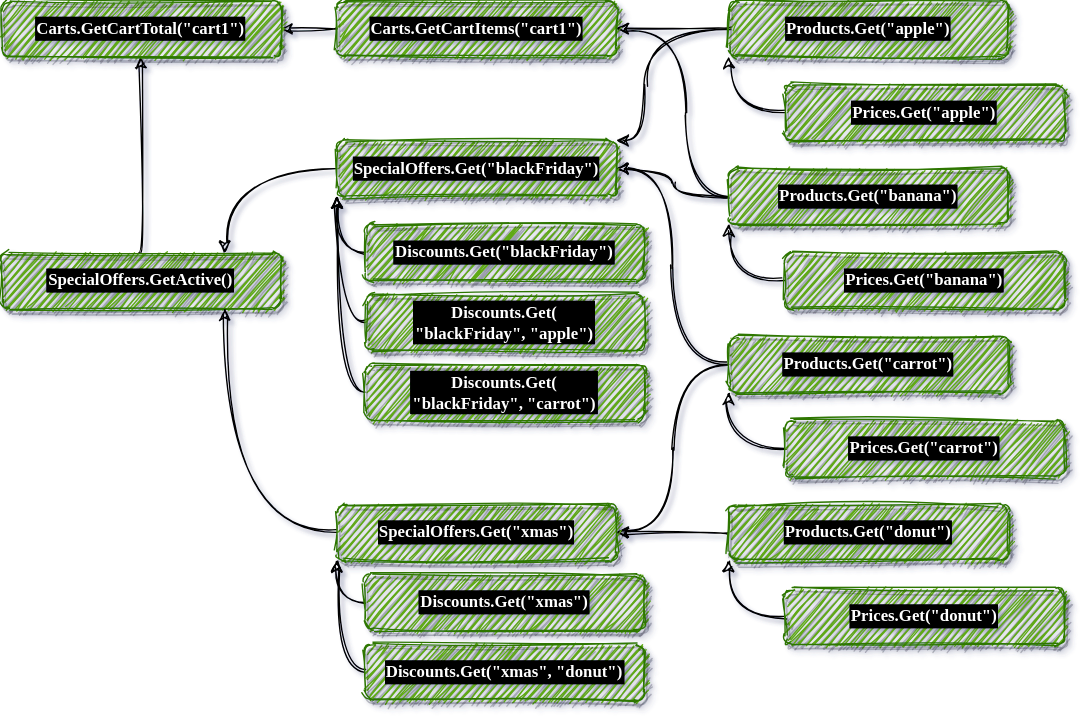
Above: Slides/Fusion_v2/diagrams/invalidation/1.dio.svg in alexyakunin/Stl.Fusion.Materials (draw.io), before the change. Source tidied: cells renumbered, new cells last; positions are measured from the earlier drawing's top-left corner, leaving out a move shared by most shapes. The source it was exported from:
```xml
<mxGraphModel shadow="1">
  <root>
    <mxCell id="0" />
    <mxCell id="1" parent="0" />
    <mxCell id="2" style="edgeStyle=orthogonalEdgeStyle;orthogonalLoop=1;jettySize=auto;html=1;exitX=0;exitY=0.5;exitDx=0;exitDy=0;entryX=1;entryY=0.5;entryDx=0;entryDy=0;sketch=1;curved=1;" parent="1" edge="1">
      <mxGeometry relative="1" as="geometry">
        <mxPoint x="240" y="20" as="sourcePoint" />
        <mxPoint x="200" y="20" as="targetPoint" />
      </mxGeometry>
    </mxCell>
    <mxCell id="3" style="edgeStyle=orthogonalEdgeStyle;jettySize=auto;html=1;exitX=0;exitY=0.5;exitDx=0;exitDy=0;sketch=1;curved=1;" parent="1" edge="1" source="5">
      <mxGeometry relative="1" as="geometry">
        <mxPoint x="440" y="20" as="targetPoint" />
      </mxGeometry>
    </mxCell>
    <mxCell id="4" style="edgeStyle=orthogonalEdgeStyle;curved=1;rounded=0;sketch=1;jettySize=auto;html=1;exitX=0;exitY=0.5;exitDx=0;exitDy=0;entryX=1;entryY=0;entryDx=0;entryDy=0;" parent="1" edge="1" source="5" target="18">
      <mxGeometry relative="1" as="geometry">
        <Array as="points">
          <mxPoint x="460" y="20" />
          <mxPoint x="460" y="100" />
        </Array>
      </mxGeometry>
    </mxCell>
    <mxCell id="5" value="Products.Get(&quot;apple&quot;)" style="whiteSpace=wrap;html=1;fillColor=#60a917;strokeColor=#2D7600;fontColor=#ffffff;fontFamily=Comic Sans MS;fontStyle=1;labelBackgroundColor=#000000;labelBorderColor=#000000;strokeWidth=1;perimeterSpacing=0;shadow=1;glass=0;sketch=1;rounded=1;" parent="1" vertex="1">
      <mxGeometry x="520" width="200" height="40" as="geometry" />
    </mxCell>
    <mxCell id="6" style="edgeStyle=orthogonalEdgeStyle;curved=1;rounded=0;sketch=1;jettySize=auto;html=1;exitX=0.5;exitY=0;exitDx=0;exitDy=0;entryX=0.5;entryY=1;entryDx=0;entryDy=0;" parent="1" edge="1" source="7">
      <mxGeometry relative="1" as="geometry">
        <mxPoint x="100" y="40" as="targetPoint" />
      </mxGeometry>
    </mxCell>
    <mxCell id="7" value="SpecialOffers.GetActive()" style="whiteSpace=wrap;html=1;fillColor=#60a917;strokeColor=#2D7600;fontColor=#ffffff;fontFamily=Comic Sans MS;fontStyle=1;labelBackgroundColor=#000000;labelBorderColor=#000000;strokeWidth=1;perimeterSpacing=0;shadow=1;glass=0;sketch=1;rounded=1;" parent="1" vertex="1">
      <mxGeometry y="180" width="200" height="40" as="geometry" />
    </mxCell>
    <mxCell id="8" style="edgeStyle=orthogonalEdgeStyle;jettySize=auto;html=1;exitX=0;exitY=0.5;exitDx=0;exitDy=0;sketch=1;curved=1;" parent="1" edge="1" source="19" target="7">
      <mxGeometry relative="1" as="geometry">
        <Array as="points">
          <mxPoint x="160" y="380" />
        </Array>
      </mxGeometry>
    </mxCell>
    <mxCell id="9" style="edgeStyle=orthogonalEdgeStyle;jettySize=auto;html=1;exitX=0;exitY=0.5;exitDx=0;exitDy=0;entryX=1;entryY=0.5;entryDx=0;entryDy=0;sketch=1;curved=1;" parent="1" edge="1" source="11" target="18">
      <mxGeometry relative="1" as="geometry" />
    </mxCell>
    <mxCell id="10" style="edgeStyle=orthogonalEdgeStyle;jettySize=auto;html=1;exitX=0;exitY=0.5;exitDx=0;exitDy=0;entryX=1;entryY=0.5;entryDx=0;entryDy=0;sketch=1;curved=1;" parent="1" edge="1" source="11">
      <mxGeometry relative="1" as="geometry">
        <mxPoint x="440" y="20" as="targetPoint" />
        <Array as="points">
          <mxPoint x="490" y="140" />
          <mxPoint x="490" y="20" />
        </Array>
      </mxGeometry>
    </mxCell>
    <mxCell id="11" value="Products.Get(&quot;banana&quot;)" style="whiteSpace=wrap;html=1;fontFamily=Comic Sans MS;fontStyle=1;labelBackgroundColor=#000000;labelBorderColor=#000000;strokeWidth=1;perimeterSpacing=0;shadow=1;glass=0;sketch=1;rounded=1;fillColor=#60a917;strokeColor=#2D7600;fontColor=#ffffff;" parent="1" vertex="1">
      <mxGeometry x="520" y="120" width="200" height="40" as="geometry" />
    </mxCell>
    <mxCell id="12" style="edgeStyle=orthogonalEdgeStyle;jettySize=auto;html=1;exitX=0;exitY=0.5;exitDx=0;exitDy=0;entryX=1;entryY=0.5;entryDx=0;entryDy=0;sketch=1;curved=1;" parent="1" edge="1" source="14" target="18">
      <mxGeometry relative="1" as="geometry" />
    </mxCell>
    <mxCell id="13" style="edgeStyle=orthogonalEdgeStyle;jettySize=auto;html=1;exitX=0;exitY=0.5;exitDx=0;exitDy=0;entryX=1;entryY=0.5;entryDx=0;entryDy=0;sketch=1;curved=1;" parent="1" edge="1" source="14" target="19">
      <mxGeometry relative="1" as="geometry" />
    </mxCell>
    <mxCell id="14" value="Products.Get(&quot;carrot&quot;)" style="whiteSpace=wrap;html=1;fillColor=#60a917;strokeColor=#2D7600;fontColor=#ffffff;fontFamily=Comic Sans MS;fontStyle=1;labelBackgroundColor=#000000;labelBorderColor=#000000;strokeWidth=1;perimeterSpacing=0;shadow=1;glass=0;sketch=1;rounded=1;" parent="1" vertex="1">
      <mxGeometry x="520" y="240" width="200" height="40" as="geometry" />
    </mxCell>
    <mxCell id="15" style="edgeStyle=orthogonalEdgeStyle;jettySize=auto;html=1;exitX=0;exitY=0.5;exitDx=0;exitDy=0;sketch=1;curved=1;" parent="1" edge="1" source="16" target="19">
      <mxGeometry relative="1" as="geometry" />
    </mxCell>
    <mxCell id="16" value="Products.Get(&quot;donut&quot;)" style="whiteSpace=wrap;html=1;fillColor=#60a917;strokeColor=#2D7600;fontColor=#ffffff;fontFamily=Comic Sans MS;fontStyle=1;labelBackgroundColor=#000000;labelBorderColor=#000000;strokeWidth=1;perimeterSpacing=0;shadow=1;glass=0;sketch=1;rounded=1;" parent="1" vertex="1">
      <mxGeometry x="520" y="360" width="200" height="40" as="geometry" />
    </mxCell>
    <mxCell id="17" style="edgeStyle=orthogonalEdgeStyle;jettySize=auto;html=1;exitX=0;exitY=0.5;exitDx=0;exitDy=0;sketch=1;curved=1;" parent="1" edge="1" source="18" target="7">
      <mxGeometry relative="1" as="geometry">
        <Array as="points">
          <mxPoint x="160" y="120" />
        </Array>
      </mxGeometry>
    </mxCell>
    <mxCell id="18" value="SpecialOffers.Get(&quot;blackFriday&quot;)" style="whiteSpace=wrap;html=1;fillColor=#60a917;strokeColor=#2D7600;fontColor=#ffffff;fontFamily=Comic Sans MS;fontStyle=1;labelBackgroundColor=#000000;labelBorderColor=#000000;strokeWidth=1;perimeterSpacing=0;shadow=1;glass=0;sketch=1;rounded=1;" parent="1" vertex="1">
      <mxGeometry x="240" y="100" width="200" height="40" as="geometry" />
    </mxCell>
    <mxCell id="19" value="SpecialOffers.Get(&quot;xmas&quot;)" style="whiteSpace=wrap;html=1;fillColor=#60a917;strokeColor=#2D7600;fontColor=#ffffff;fontFamily=Comic Sans MS;fontStyle=1;labelBackgroundColor=#000000;labelBorderColor=#000000;strokeWidth=1;perimeterSpacing=0;shadow=1;glass=0;sketch=1;rounded=1;" parent="1" vertex="1">
      <mxGeometry x="240" y="360" width="200" height="40" as="geometry" />
    </mxCell>
    <mxCell id="20" style="edgeStyle=orthogonalEdgeStyle;jettySize=auto;html=1;exitX=0;exitY=0.5;exitDx=0;exitDy=0;entryX=0;entryY=1;entryDx=0;entryDy=0;sketch=1;curved=1;" parent="1" edge="1" source="21" target="5">
      <mxGeometry relative="1" as="geometry" />
    </mxCell>
    <mxCell id="21" value="Prices.Get(&quot;apple&quot;)" style="whiteSpace=wrap;html=1;fillColor=#60a917;strokeColor=#2D7600;fontColor=#ffffff;fontFamily=Comic Sans MS;fontStyle=1;labelBackgroundColor=#000000;labelBorderColor=#000000;strokeWidth=1;perimeterSpacing=0;shadow=1;glass=0;sketch=1;rounded=1;" parent="1" vertex="1">
      <mxGeometry x="560" y="60" width="200" height="40" as="geometry" />
    </mxCell>
    <mxCell id="22" style="edgeStyle=orthogonalEdgeStyle;jettySize=auto;html=1;exitX=0;exitY=0.5;exitDx=0;exitDy=0;entryX=0;entryY=1;entryDx=0;entryDy=0;sketch=1;curved=1;" parent="1" edge="1" source="23" target="14">
      <mxGeometry relative="1" as="geometry" />
    </mxCell>
    <mxCell id="23" value="Prices.Get(&quot;carrot&quot;)" style="whiteSpace=wrap;html=1;fillColor=#60a917;strokeColor=#2D7600;fontColor=#ffffff;fontFamily=Comic Sans MS;fontStyle=1;labelBackgroundColor=#000000;labelBorderColor=#000000;strokeWidth=1;perimeterSpacing=0;shadow=1;glass=0;sketch=1;rounded=1;" parent="1" vertex="1">
      <mxGeometry x="560" y="300" width="200" height="40" as="geometry" />
    </mxCell>
    <mxCell id="24" style="edgeStyle=orthogonalEdgeStyle;jettySize=auto;html=1;exitX=0;exitY=0.5;exitDx=0;exitDy=0;entryX=0;entryY=1;entryDx=0;entryDy=0;sketch=1;curved=1;" parent="1" edge="1" source="25" target="18">
      <mxGeometry relative="1" as="geometry" />
    </mxCell>
    <mxCell id="25" value="Discounts.Get(&quot;blackFriday&quot;)" style="whiteSpace=wrap;html=1;fillColor=#60a917;strokeColor=#2D7600;fontColor=#ffffff;fontFamily=Comic Sans MS;fontStyle=1;labelBackgroundColor=#000000;labelBorderColor=#000000;strokeWidth=1;perimeterSpacing=0;shadow=1;glass=0;sketch=1;rounded=1;" parent="1" vertex="1">
      <mxGeometry x="260" y="160" width="200" height="40" as="geometry" />
    </mxCell>
    <mxCell id="26" style="edgeStyle=orthogonalEdgeStyle;jettySize=auto;html=1;exitX=0;exitY=0.5;exitDx=0;exitDy=0;entryX=0;entryY=1;entryDx=0;entryDy=0;sketch=1;curved=1;" parent="1" edge="1" source="27" target="18">
      <mxGeometry relative="1" as="geometry" />
    </mxCell>
    <mxCell id="27" value="Discounts.Get(&lt;br&gt;&quot;blackFriday&quot;, &quot;apple&quot;)" style="whiteSpace=wrap;html=1;fillColor=#60a917;strokeColor=#2D7600;fontColor=#ffffff;fontFamily=Comic Sans MS;fontStyle=1;labelBackgroundColor=#000000;labelBorderColor=#000000;strokeWidth=1;perimeterSpacing=0;shadow=1;glass=0;sketch=1;rounded=1;" parent="1" vertex="1">
      <mxGeometry x="260" y="210" width="200" height="40" as="geometry" />
    </mxCell>
    <mxCell id="28" style="edgeStyle=orthogonalEdgeStyle;jettySize=auto;html=1;exitX=0;exitY=0.5;exitDx=0;exitDy=0;sketch=1;curved=1;" parent="1" edge="1" source="29">
      <mxGeometry relative="1" as="geometry">
        <mxPoint x="240" y="140" as="targetPoint" />
      </mxGeometry>
    </mxCell>
    <mxCell id="29" value="Discounts.Get(&lt;br&gt;&quot;blackFriday&quot;, &quot;carrot&quot;)" style="whiteSpace=wrap;html=1;fillColor=#60a917;strokeColor=#2D7600;fontColor=#ffffff;fontFamily=Comic Sans MS;fontStyle=1;labelBackgroundColor=#000000;labelBorderColor=#000000;strokeWidth=1;perimeterSpacing=0;shadow=1;glass=0;sketch=1;rounded=1;" parent="1" vertex="1">
      <mxGeometry x="260" y="260" width="200" height="40" as="geometry" />
    </mxCell>
    <mxCell id="30" style="edgeStyle=orthogonalEdgeStyle;jettySize=auto;html=1;exitX=0;exitY=0.5;exitDx=0;exitDy=0;entryX=0;entryY=1;entryDx=0;entryDy=0;sketch=1;curved=1;" parent="1" edge="1" source="31" target="19">
      <mxGeometry relative="1" as="geometry" />
    </mxCell>
    <mxCell id="31" value="Discounts.Get(&quot;xmas&quot;)" style="whiteSpace=wrap;html=1;fillColor=#60a917;strokeColor=#2D7600;fontColor=#ffffff;fontFamily=Comic Sans MS;fontStyle=1;labelBackgroundColor=#000000;labelBorderColor=#000000;strokeWidth=1;perimeterSpacing=0;shadow=1;glass=0;sketch=1;rounded=1;" parent="1" vertex="1">
      <mxGeometry x="260" y="410" width="200" height="40" as="geometry" />
    </mxCell>
    <mxCell id="32" style="edgeStyle=orthogonalEdgeStyle;jettySize=auto;html=1;exitX=0;exitY=0.5;exitDx=0;exitDy=0;sketch=1;curved=1;" parent="1" edge="1" source="33">
      <mxGeometry relative="1" as="geometry">
        <mxPoint x="240" y="400" as="targetPoint" />
      </mxGeometry>
    </mxCell>
    <mxCell id="33" value="Discounts.Get(&quot;xmas&quot;, &quot;donut&quot;)" style="whiteSpace=wrap;html=1;fillColor=#60a917;strokeColor=#2D7600;fontColor=#ffffff;fontFamily=Comic Sans MS;fontStyle=1;labelBackgroundColor=#000000;labelBorderColor=#000000;strokeWidth=1;perimeterSpacing=0;shadow=1;glass=0;sketch=1;rounded=1;" parent="1" vertex="1">
      <mxGeometry x="260" y="460" width="200" height="40" as="geometry" />
    </mxCell>
    <mxCell id="34" style="edgeStyle=orthogonalEdgeStyle;jettySize=auto;html=1;exitX=0;exitY=0.5;exitDx=0;exitDy=0;entryX=0;entryY=1;entryDx=0;entryDy=0;sketch=1;curved=1;" parent="1" edge="1" source="35" target="16">
      <mxGeometry relative="1" as="geometry" />
    </mxCell>
    <mxCell id="35" value="Prices.Get(&quot;donut&quot;)" style="whiteSpace=wrap;html=1;fillColor=#60a917;strokeColor=#2D7600;fontColor=#ffffff;fontFamily=Comic Sans MS;fontStyle=1;labelBackgroundColor=#000000;labelBorderColor=#000000;strokeWidth=1;perimeterSpacing=0;shadow=1;glass=0;sketch=1;rounded=1;" parent="1" vertex="1">
      <mxGeometry x="560" y="420" width="200" height="40" as="geometry" />
    </mxCell>
    <mxCell id="36" value="Carts.GetCartTotal(&quot;cart1&quot;)" style="whiteSpace=wrap;html=1;fontFamily=Comic Sans MS;fontStyle=1;labelBackgroundColor=#000000;labelBorderColor=#000000;strokeWidth=1;perimeterSpacing=0;shadow=1;glass=0;sketch=1;rounded=1;fillColor=#60a917;strokeColor=#2D7600;fontColor=#ffffff;" parent="1" vertex="1">
      <mxGeometry width="200" height="40" as="geometry" />
    </mxCell>
    <mxCell id="37" value="Carts.GetCartItems(&quot;cart1&quot;)" style="whiteSpace=wrap;html=1;fontFamily=Comic Sans MS;fontStyle=1;labelBackgroundColor=#000000;labelBorderColor=#000000;strokeWidth=1;perimeterSpacing=0;shadow=1;glass=0;sketch=1;rounded=1;fillColor=#60a917;strokeColor=#2D7600;fontColor=#ffffff;" parent="1" vertex="1">
      <mxGeometry x="240" width="200" height="40" as="geometry" />
    </mxCell>
    <mxCell id="38" style="edgeStyle=orthogonalEdgeStyle;jettySize=auto;html=1;exitX=0;exitY=0.5;exitDx=0;exitDy=0;entryX=0;entryY=1;entryDx=0;entryDy=0;sketch=1;curved=1;" parent="1" edge="1" source="39">
      <mxGeometry relative="1" as="geometry">
        <mxPoint x="520" y="160" as="targetPoint" />
      </mxGeometry>
    </mxCell>
    <mxCell id="39" value="Prices.Get(&quot;banana&quot;)" style="whiteSpace=wrap;html=1;fillColor=#60a917;strokeColor=#2D7600;fontColor=#ffffff;fontFamily=Comic Sans MS;fontStyle=1;labelBackgroundColor=#000000;labelBorderColor=#000000;strokeWidth=1;perimeterSpacing=0;shadow=1;glass=0;sketch=1;rounded=1;" parent="1" vertex="1">
      <mxGeometry x="560" y="180" width="200" height="40" as="geometry" />
    </mxCell>
  </root>
</mxGraphModel>
```
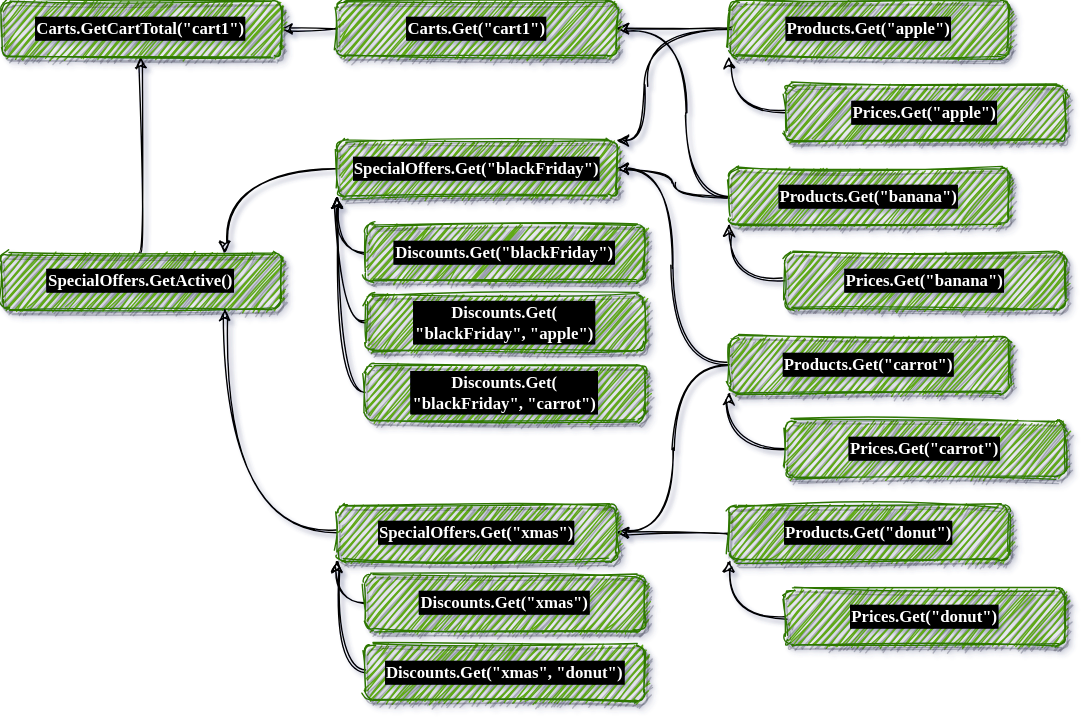
After the change.

The edit, as a diff of the source:
```diff
@@ -137,7 +137,7 @@
     <mxCell id="36" value="Carts.GetCartTotal(&quot;cart1&quot;)" style="whiteSpace=wrap;html=1;fontFamily=Comic Sans MS;fontStyle=1;labelBackgroundColor=#000000;labelBorderColor=#000000;strokeWidth=1;perimeterSpacing=0;shadow=1;glass=0;sketch=1;rounded=1;fillColor=#60a917;strokeColor=#2D7600;fontColor=#ffffff;" parent="1" vertex="1">
       <mxGeometry width="200" height="40" as="geometry" />
     </mxCell>
-    <mxCell id="37" value="Carts.GetCartItems(&quot;cart1&quot;)" style="whiteSpace=wrap;html=1;fontFamily=Comic Sans MS;fontStyle=1;labelBackgroundColor=#000000;labelBorderColor=#000000;strokeWidth=1;perimeterSpacing=0;shadow=1;glass=0;sketch=1;rounded=1;fillColor=#60a917;strokeColor=#2D7600;fontColor=#ffffff;" parent="1" vertex="1">
+    <mxCell id="37" value="Carts.Get(&quot;cart1&quot;)" style="whiteSpace=wrap;html=1;fontFamily=Comic Sans MS;fontStyle=1;labelBackgroundColor=#000000;labelBorderColor=#000000;strokeWidth=1;perimeterSpacing=0;shadow=1;glass=0;sketch=1;rounded=1;fillColor=#60a917;strokeColor=#2D7600;fontColor=#ffffff;" parent="1" vertex="1">
       <mxGeometry x="240" width="200" height="40" as="geometry" />
     </mxCell>
     <mxCell id="38" style="edgeStyle=orthogonalEdgeStyle;jettySize=auto;html=1;exitX=0;exitY=0.5;exitDx=0;exitDy=0;entryX=0;entryY=1;entryDx=0;entryDy=0;sketch=1;curved=1;" parent="1" edge="1" source="39">
```
